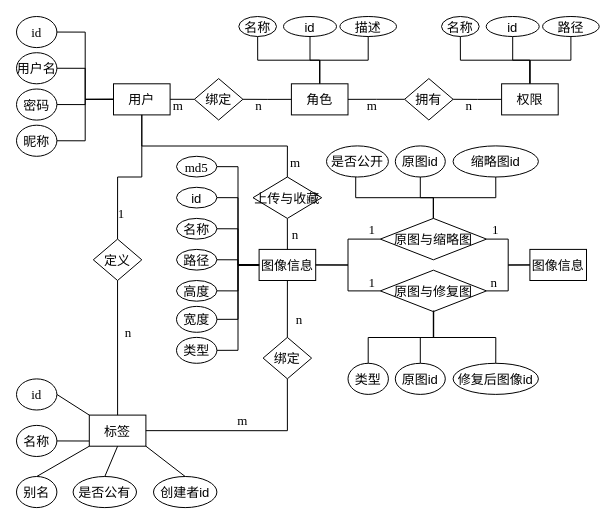
Above: 数据表ER图.drawio in LiSoulSpace/GitBook (draw.io), before the change. Source tidied: cells renumbered, new cells numbered last; positions are measured from the earlier drawing's top-left corner, leaving out a move shared by most shapes. Both pictures are drawn from the tidied source at 100%, with x=0, y=0 at pixel (16, 16).
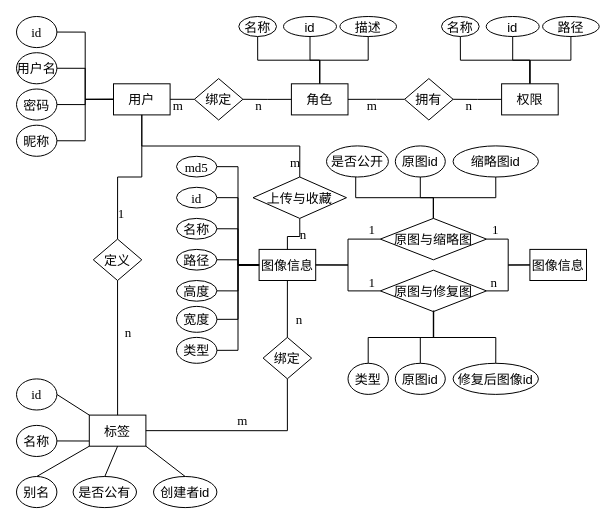
The same diagram, later.

Commit message (it also covers changes not shown here):
更新数据表ER图.drawio

Unchanged cells that the change refers to:
```xml
<mxCell id="11" value="图像信息" style="rounded=0;fontFamily=宋体;fontSize=13;" parent="1" vertex="1">
  <mxGeometry x="242.6" y="232.9" width="56.6" height="31.1" as="geometry" />
</mxCell>
```

What changed in the source:
```diff
@@
     <mxCell id="15" style="edgeStyle=orthogonalEdgeStyle;shape=connector;rounded=0;jettySize=auto;exitX=0.5;exitY=1;exitDx=0;exitDy=0;entryX=0.5;entryY=0;entryDx=0;entryDy=0;labelBackgroundColor=default;strokeColor=default;fontFamily=宋体;fontSize=13;fontColor=default;endArrow=none;endFill=0;" parent="1" edge="1" source="16" target="11">
-      <mxGeometry relative="1" as="geometry" />
+      <mxGeometry relative="1" as="geometry">
+        <Array as="points">
+          <mxPoint x="283" y="220" />
+          <mxPoint x="271" y="220" />
+        </Array>
+      </mxGeometry>
     </mxCell>
     <mxCell id="16" value="上传与收藏" style="rhombus;fontFamily=宋体;fontSize=13;" parent="1" vertex="1">
-      <mxGeometry x="236.5" y="160.5" width="68.7" height="41.4" as="geometry" />
+      <mxGeometry x="236.5" y="160.5" width="93.5" height="41.4" as="geometry" />
     </mxCell>
@@
     <mxCell id="22" value="n" style="text;strokeColor=none;fillColor=none;align=center;verticalAlign=middle;rounded=0;fontSize=13;fontFamily=Times New Roman;fontColor=default;" parent="1" vertex="1">
-      <mxGeometry x="270.9" y="212.2" width="16.2" height="10.4" as="geometry" />
+      <mxGeometry x="278.9" y="212.2" width="16.2" height="10.4" as="geometry" />
     </mxCell>
@@
-    <mxCell id="50" value="id" style="ellipse;fontFamily=宋体;fontSize=13;fontColor=default;" parent="1" vertex="1">
+    <mxCell id="50" value="id" style="ellipse;fontFamily=Times New Roman;fontSize=13;fontColor=default;" parent="1" vertex="1">
       <mxGeometry x="160" y="170.8" width="40.4" height="20.7" as="geometry" />
     </mxCell>
```
